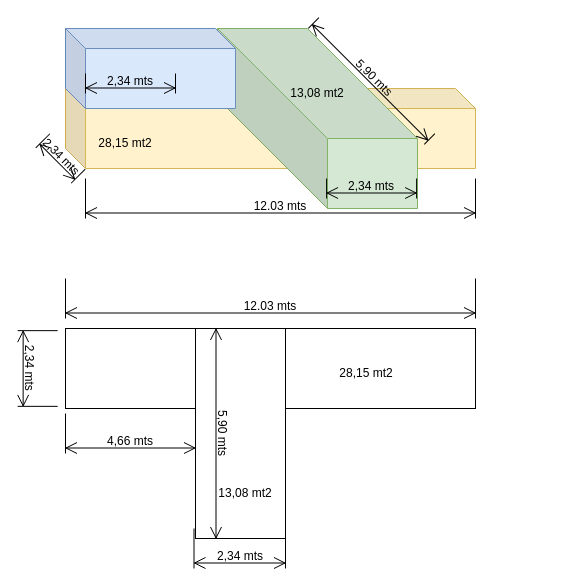
Earlier version of the draw.io diagram Casa.drawio (lcastrose/architecture). Source tidied: cells renumbered, new cells numbered last; positions are measured from the earlier drawing's top-left corner, leaving out a move shared by most shapes. Both pictures are drawn from the tidied source at 100%, with x=0, y=0 at pixel (-1, 28).
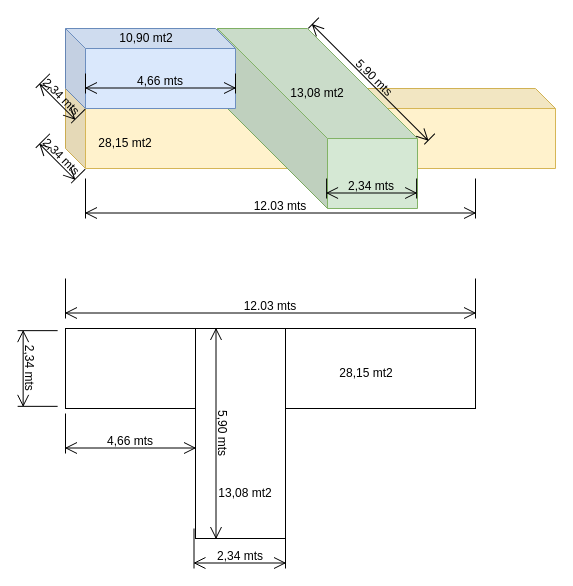
After the change.

What changed in the source:
```diff
@@
     <mxCell id="2" style="shape=cube;whiteSpace=wrap;html=1;boundedLbl=1;backgroundOutline=1;darkOpacity=0.05;darkOpacity2=0.1;size=20;fillColor=#fff2cc;strokeColor=#d6b656;" parent="1" vertex="1">
-      <mxGeometry x="66" y="60" width="410" height="80" as="geometry" />
+      <mxGeometry x="66" y="60" width="490" height="80" as="geometry" />
     </mxCell>
@@
-    <mxCell id="20" value="2,34 mts" style="shape=dimension;whiteSpace=wrap;html=1;align=center;verticalAlign=bottom;spacingBottom=3;labelBackgroundColor=none;" parent="1" vertex="1">
-      <mxGeometry x="86" y="45" width="90" height="20" as="geometry" />
+    <mxCell id="20" value="4,66 mts" style="shape=dimension;whiteSpace=wrap;html=1;align=center;verticalAlign=bottom;spacingBottom=3;labelBackgroundColor=none;" parent="1" vertex="1">
+      <mxGeometry x="86" y="45" width="150" height="20" as="geometry" />
     </mxCell>
+    <mxCell id="21" value="2,34 mts" style="shape=dimension;whiteSpace=wrap;html=1;align=center;verticalAlign=bottom;spacingBottom=3;labelBackgroundColor=none;rotation=45;" parent="1" vertex="1">
+      <mxGeometry x="36" y="60" width="50" height="20" as="geometry" />
+    </mxCell>
+    <mxCell id="22" value="10,90 mt2" style="text;html=1;align=center;verticalAlign=middle;whiteSpace=wrap;rounded=0;" parent="1" vertex="1">
+      <mxGeometry x="107" y="-5" width="80" height="30" as="geometry" />
+    </mxCell>
```
